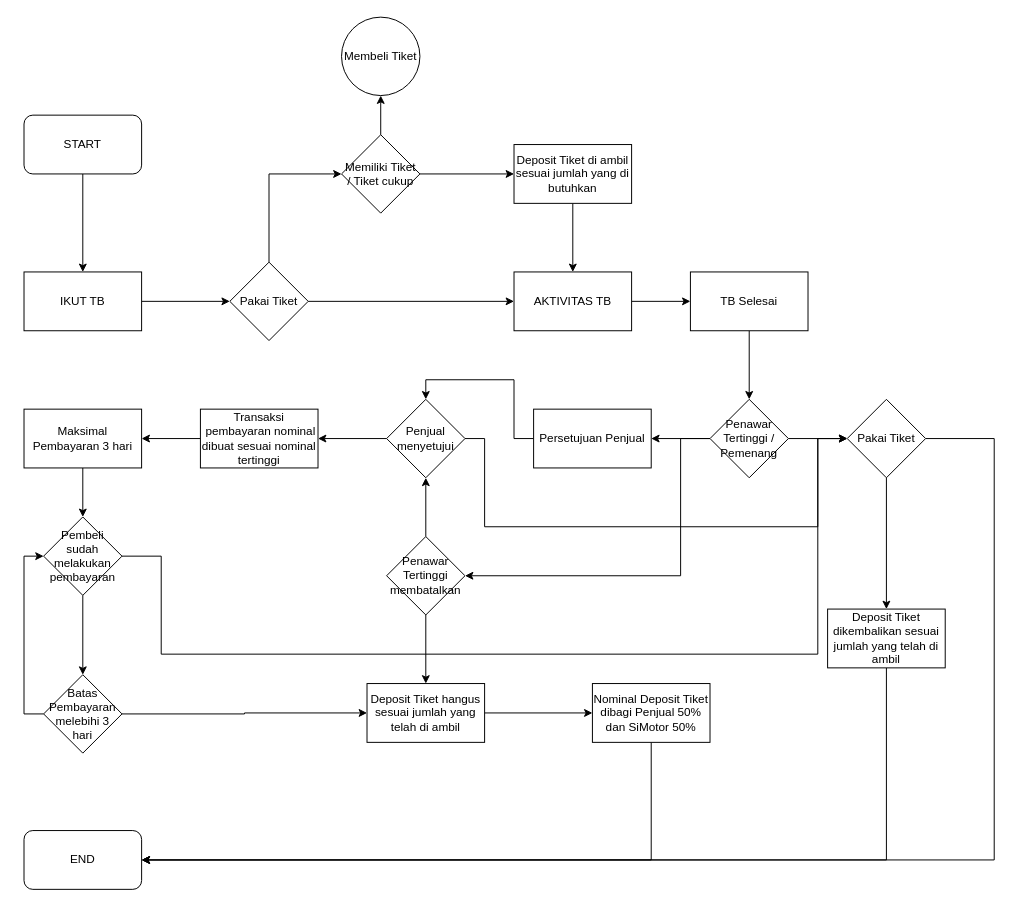
Before: page "Tawar Bersama" (2 of 3) of Diagram Tanpa Judul.drawio in digitalnayaka/diagramsimotor, a draw.io diagram. Source tidied: cells renumbered, new cells numbered last; positions are measured from the earlier drawing's top-left corner, leaving out a move shared by most shapes. Both pictures are drawn from the tidied source at 98%, with x=0, y=0 at pixel (24, 17).
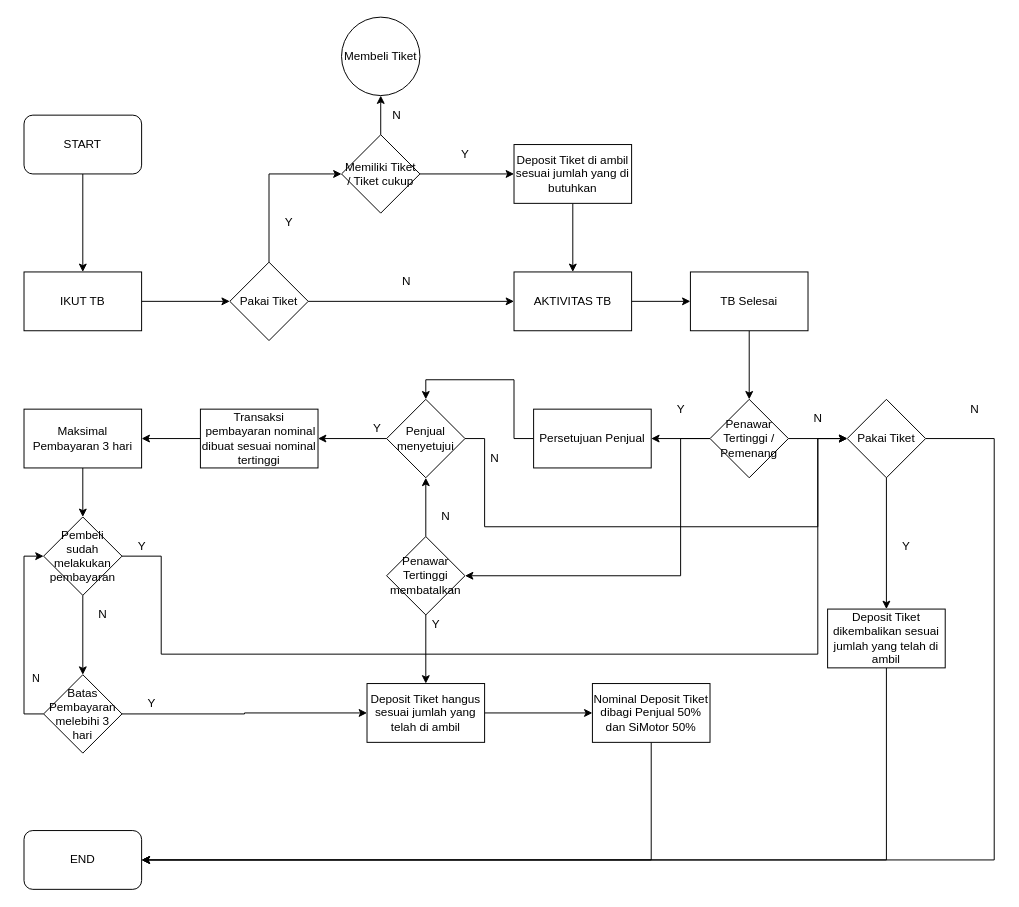
The same diagram, later.

The change refers to these unchanged cells:
```xml
<mxCell id="48" style="edgeStyle=orthogonalEdgeStyle;rounded=0;jettySize=auto;html=1;exitX=0;exitY=0.5;exitDx=0;exitDy=0;entryX=0;entryY=0.5;entryDx=0;entryDy=0;" parent="1" edge="1" source="50" target="47">
  <mxGeometry relative="1" as="geometry" />
</mxCell>
```

What changed in the source:
```diff
@@
+    <mxCell id="51" value="N" style="edgeLabel;html=1;align=center;verticalAlign=middle;" parent="48" vertex="1">
+      <mxGeometry x="-0.43" y="-11" relative="1" as="geometry" />
+    </mxCell>
@@
+    <mxCell id="52" value="Y" style="text;html=1;align=center;verticalAlign=middle;strokeColor=none;fillColor=none;" parent="1" vertex="1">
+      <mxGeometry x="255" y="195" width="30" height="30" as="geometry" />
+    </mxCell>
+    <mxCell id="53" value="N" style="text;html=1;align=center;verticalAlign=middle;strokeColor=none;fillColor=none;" parent="1" vertex="1">
+      <mxGeometry x="375" y="255" width="30" height="30" as="geometry" />
+    </mxCell>
+    <mxCell id="54" value="N" style="text;html=1;align=center;verticalAlign=middle;strokeColor=none;fillColor=none;" parent="1" vertex="1">
+      <mxGeometry x="365" y="85" width="30" height="30" as="geometry" />
+    </mxCell>
+    <mxCell id="55" value="Y" style="text;html=1;align=center;verticalAlign=middle;strokeColor=none;fillColor=none;" parent="1" vertex="1">
+      <mxGeometry x="435" y="125" width="30" height="30" as="geometry" />
+    </mxCell>
+    <mxCell id="56" value="N" style="text;html=1;align=center;verticalAlign=middle;strokeColor=none;fillColor=none;" parent="1" vertex="1">
+      <mxGeometry x="795" y="395" width="30" height="30" as="geometry" />
+    </mxCell>
+    <mxCell id="57" value="Y" style="text;html=1;align=center;verticalAlign=middle;strokeColor=none;fillColor=none;" parent="1" vertex="1">
+      <mxGeometry x="885" y="525" width="30" height="30" as="geometry" />
+    </mxCell>
+    <mxCell id="58" value="N" style="text;html=1;align=center;verticalAlign=middle;strokeColor=none;fillColor=none;" parent="1" vertex="1">
+      <mxGeometry x="955" y="385" width="30" height="30" as="geometry" />
+    </mxCell>
+    <mxCell id="59" value="Y" style="text;html=1;align=center;verticalAlign=middle;strokeColor=none;fillColor=none;" parent="1" vertex="1">
+      <mxGeometry x="655" y="385" width="30" height="30" as="geometry" />
+    </mxCell>
+    <mxCell id="60" value="N" style="text;html=1;align=center;verticalAlign=middle;strokeColor=none;fillColor=none;" parent="1" vertex="1">
+      <mxGeometry x="415" y="495" width="30" height="30" as="geometry" />
+    </mxCell>
+    <mxCell id="61" value="N" style="text;html=1;align=center;verticalAlign=middle;strokeColor=none;fillColor=none;" parent="1" vertex="1">
+      <mxGeometry x="465" y="435" width="30" height="30" as="geometry" />
+    </mxCell>
+    <mxCell id="62" value="Y" style="text;html=1;align=center;verticalAlign=middle;strokeColor=none;fillColor=none;" parent="1" vertex="1">
+      <mxGeometry x="345" y="405" width="30" height="30" as="geometry" />
+    </mxCell>
+    <mxCell id="63" value="Y" style="text;html=1;align=center;verticalAlign=middle;strokeColor=none;fillColor=none;" parent="1" vertex="1">
+      <mxGeometry x="105" y="525" width="30" height="30" as="geometry" />
+    </mxCell>
+    <mxCell id="64" value="N" style="text;html=1;align=center;verticalAlign=middle;strokeColor=none;fillColor=none;" parent="1" vertex="1">
+      <mxGeometry x="65" y="595" width="30" height="30" as="geometry" />
+    </mxCell>
+    <mxCell id="65" value="Y" style="text;html=1;align=center;verticalAlign=middle;strokeColor=none;fillColor=none;" parent="1" vertex="1">
+      <mxGeometry x="115" y="685" width="30" height="30" as="geometry" />
+    </mxCell>
+    <mxCell id="66" value="Y" style="text;html=1;align=center;verticalAlign=middle;strokeColor=none;fillColor=none;" parent="1" vertex="1">
+      <mxGeometry x="405" y="605" width="30" height="30" as="geometry" />
+    </mxCell>
```
